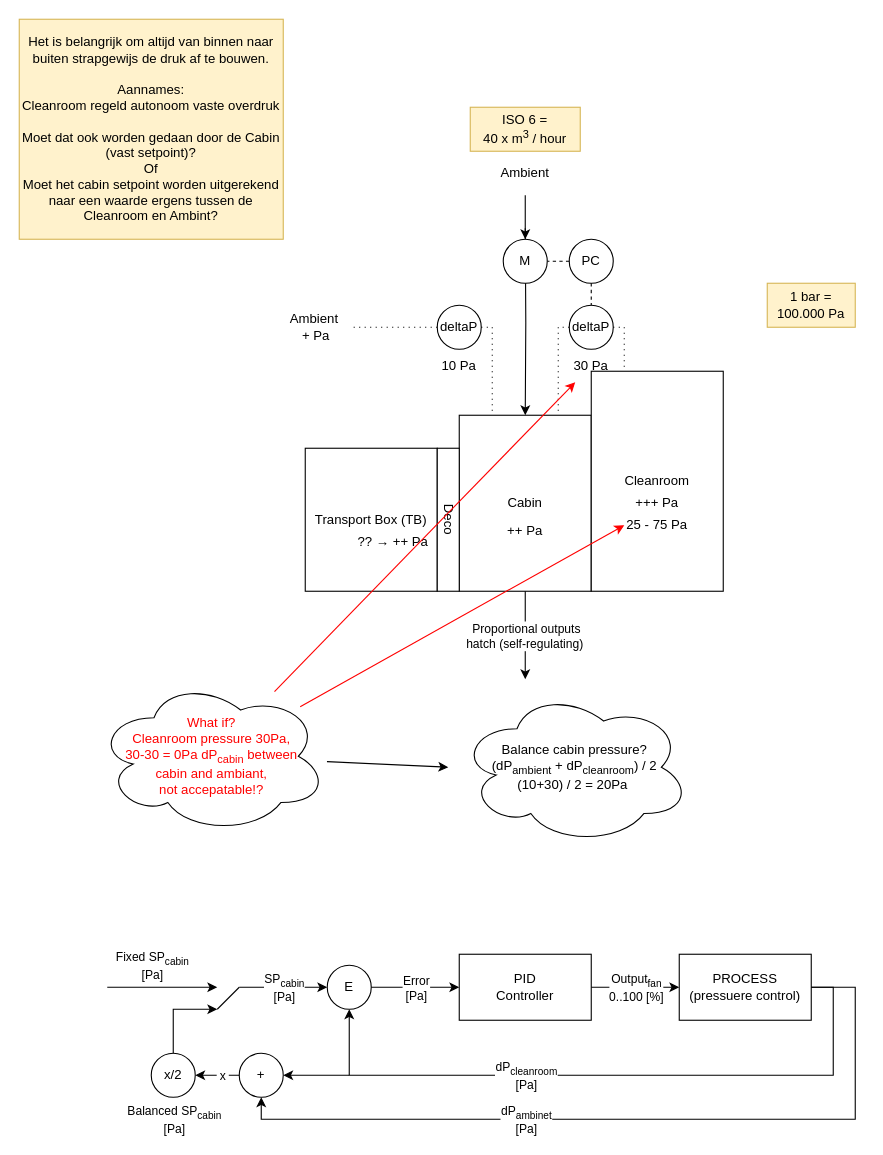
Earlier version of the draw.io diagram page "Page-2" (2 of 2) of Documentation/Air Pressure Process FUMO 3.drawio (KMWE/KMWE_CleanroomConnect). Source tidied: cells renumbered, new cells numbered last; positions are measured from the earlier drawing's top-left corner, leaving out a move shared by most shapes. Both pictures are drawn from the tidied source at 110%, with x=0, y=0 at pixel (19, 19).
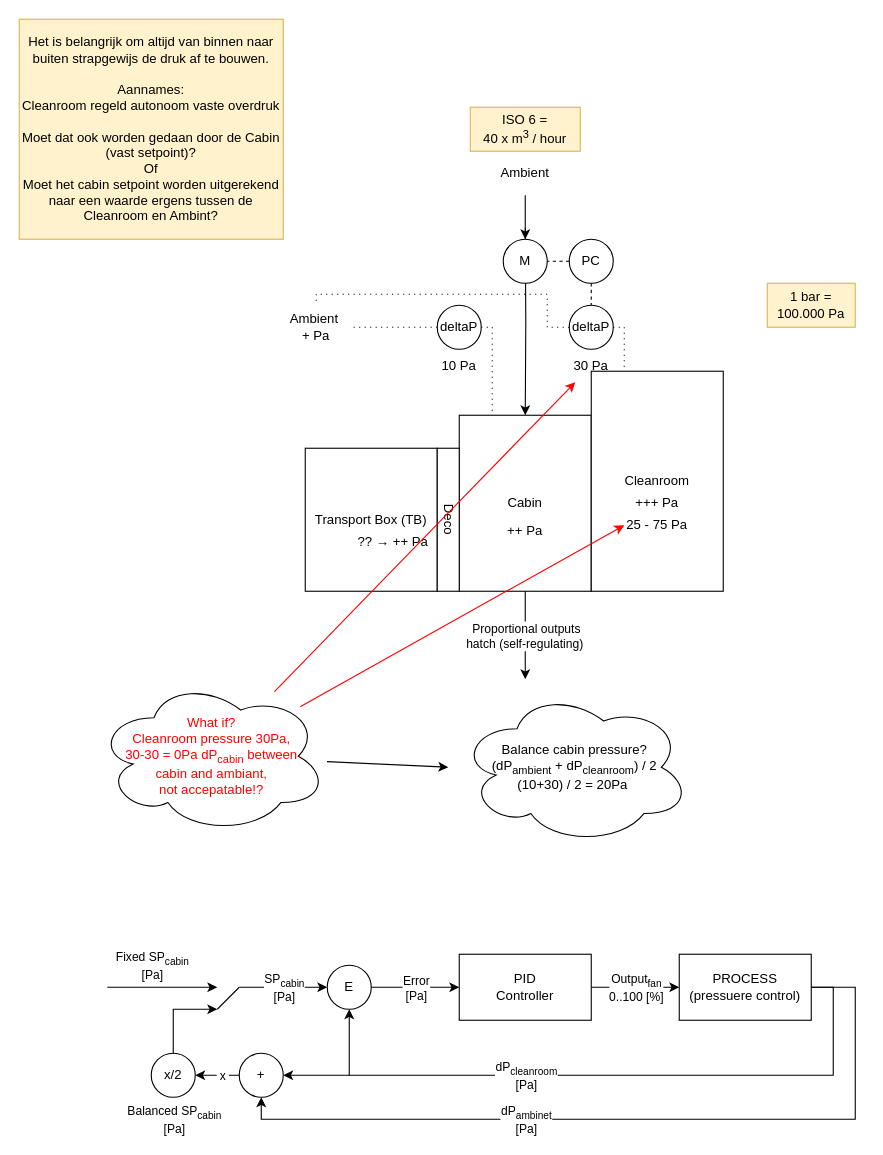
The same page after the edit.

Unchanged cells that the change refers to:
```xml
<mxCell id="3" value="Cabin" style="rounded=0;whiteSpace=wrap;html=1;" parent="1" vertex="1">
  <mxGeometry x="400" y="360" width="120" height="160" as="geometry" />
</mxCell>
<mxCell id="8" value="deltaP" style="ellipse;whiteSpace=wrap;html=1;" parent="1" vertex="1">
  <mxGeometry x="500" y="260" width="40" height="40" as="geometry" />
</mxCell>
<mxCell id="27" value="Ambient&amp;nbsp;&lt;div&gt;+ Pa&lt;/div&gt;" style="text;html=1;align=center;verticalAlign=middle;whiteSpace=wrap;rounded=0;" parent="1" vertex="1">
  <mxGeometry x="240" y="260" width="60" height="40" as="geometry" />
</mxCell>
```

What changed in the source:
```diff
@@
-    <mxCell id="11" style="endArrow=none;html=1;rounded=0;entryX=0.75;entryY=0;entryDx=0;entryDy=0;exitX=0;exitY=0.5;exitDx=0;exitDy=0;edgeStyle=orthogonalEdgeStyle;dashed=1;endFill=0;dashPattern=1 4;" parent="1" edge="1" source="8" target="3">
-      <mxGeometry relative="1" as="geometry" />
+    <mxCell id="11" style="endArrow=none;html=1;rounded=0;exitX=0;exitY=0.5;exitDx=0;exitDy=0;edgeStyle=orthogonalEdgeStyle;dashed=1;endFill=0;dashPattern=1 4;" parent="1" edge="1" source="8" target="27">
+      <mxGeometry relative="1" as="geometry">
+        <Array as="points">
+          <mxPoint x="480" y="280" />
+          <mxPoint x="480" y="250" />
+          <mxPoint x="270" y="250" />
+        </Array>
+      </mxGeometry>
     </mxCell>
```
